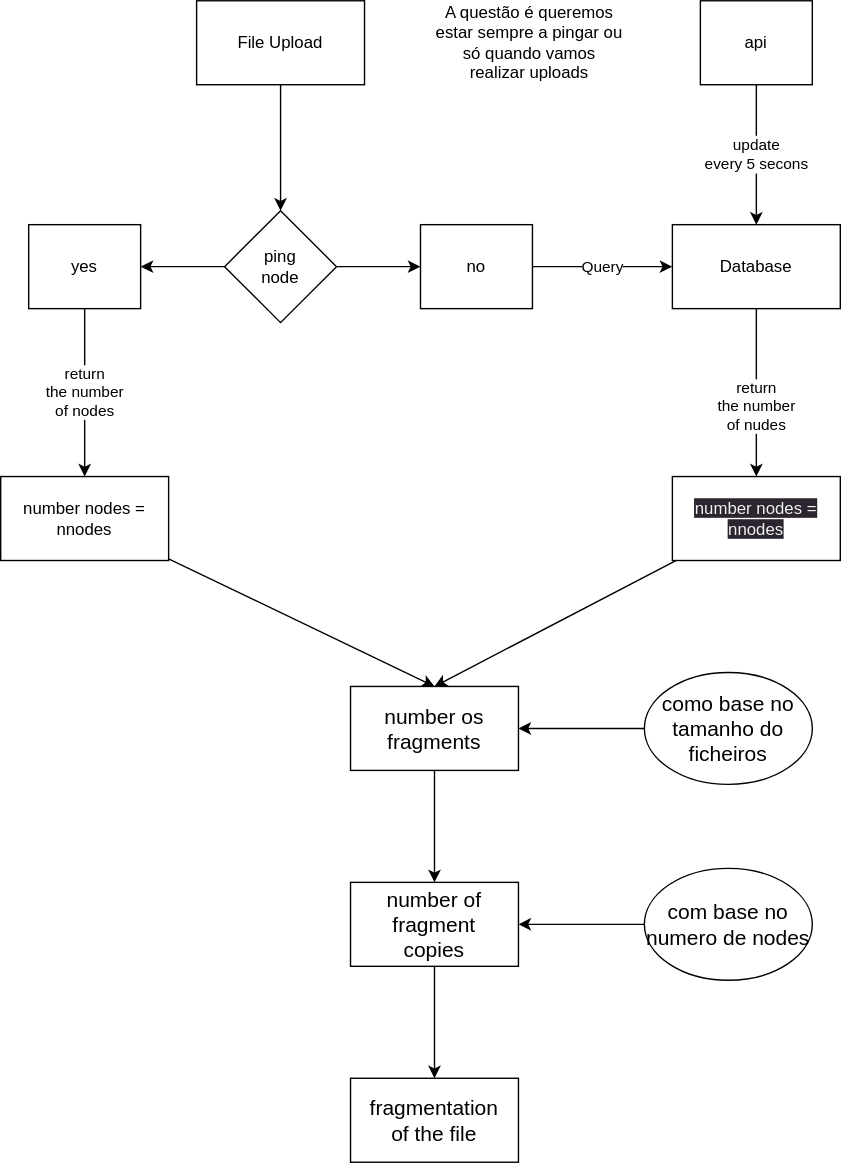
Filipe3Paisana/PiCloud keeps this draw.io diagram as docs/PiCloud.drawio.svg. Above is the earlier version. Source tidied: cells renumbered, new cells last; positions are measured from the earlier drawing's top-left corner, leaving out a move shared by most shapes. Source of this version:
```xml
<mxGraphModel>
  <root>
    <mxCell id="0" />
    <mxCell id="1" parent="0" />
    <mxCell id="2" style="edgeStyle=none;html=1;" parent="1" edge="1" source="3" target="6">
      <mxGeometry relative="1" as="geometry" />
    </mxCell>
    <mxCell id="3" value="File Upload" style="rounded=0;whiteSpace=wrap;html=1;" parent="1" vertex="1">
      <mxGeometry x="140" width="120" height="60" as="geometry" />
    </mxCell>
    <mxCell id="4" style="edgeStyle=none;html=1;" parent="1" edge="1" source="6" target="8">
      <mxGeometry relative="1" as="geometry" />
    </mxCell>
    <mxCell id="5" style="edgeStyle=none;html=1;" parent="1" edge="1" source="6" target="10">
      <mxGeometry relative="1" as="geometry" />
    </mxCell>
    <mxCell id="6" value="ping &lt;br&gt;node" style="rhombus;whiteSpace=wrap;html=1;" parent="1" vertex="1">
      <mxGeometry x="160" y="150" width="80" height="80" as="geometry" />
    </mxCell>
    <mxCell id="7" value="return&lt;br&gt;the number&lt;br&gt;of nodes" style="edgeStyle=none;html=1;" parent="1" edge="1" source="8" target="16">
      <mxGeometry relative="1" as="geometry" />
    </mxCell>
    <mxCell id="8" value="yes" style="rounded=0;whiteSpace=wrap;html=1;" parent="1" vertex="1">
      <mxGeometry x="20" y="160" width="80" height="60" as="geometry" />
    </mxCell>
    <mxCell id="9" value="Query" style="edgeStyle=none;html=1;entryX=0;entryY=0.5;entryDx=0;entryDy=0;" parent="1" edge="1" source="10" target="12">
      <mxGeometry relative="1" as="geometry">
        <Array as="points">
          <mxPoint x="430" y="190" />
        </Array>
      </mxGeometry>
    </mxCell>
    <mxCell id="10" value="no" style="rounded=0;whiteSpace=wrap;html=1;" parent="1" vertex="1">
      <mxGeometry x="300" y="160" width="80" height="60" as="geometry" />
    </mxCell>
    <mxCell id="11" value="return&lt;br&gt;the number&lt;br&gt;of nudes" style="edgeStyle=none;html=1;" parent="1" edge="1" source="12" target="14">
      <mxGeometry x="0.17" relative="1" as="geometry" />
    </mxCell>
    <mxCell id="12" value="Database" style="rounded=0;whiteSpace=wrap;html=1;" parent="1" vertex="1">
      <mxGeometry x="480" y="160" width="120" height="60" as="geometry" />
    </mxCell>
    <mxCell id="13" style="edgeStyle=none;html=1;entryX=0.5;entryY=0;entryDx=0;entryDy=0;fontSize=15;" parent="1" edge="1" source="14" target="21">
      <mxGeometry relative="1" as="geometry" />
    </mxCell>
    <mxCell id="14" value="&lt;meta charset=&quot;utf-8&quot;&gt;&lt;span style=&quot;color: rgb(240, 240, 240); font-family: Helvetica; font-size: 12px; font-style: normal; font-variant-ligatures: normal; font-variant-caps: normal; font-weight: 400; letter-spacing: normal; orphans: 2; text-align: center; text-indent: 0px; text-transform: none; widows: 2; word-spacing: 0px; -webkit-text-stroke-width: 0px; background-color: rgb(42, 37, 47); text-decoration-thickness: initial; text-decoration-style: initial; text-decoration-color: initial; float: none; display: inline !important;&quot;&gt;number nodes = nnodes&lt;/span&gt;" style="rounded=0;whiteSpace=wrap;html=1;" parent="1" vertex="1">
      <mxGeometry x="480" y="340" width="120" height="60" as="geometry" />
    </mxCell>
    <mxCell id="15" style="edgeStyle=none;html=1;entryX=0.5;entryY=0;entryDx=0;entryDy=0;fontSize=15;" parent="1" edge="1" source="16" target="21">
      <mxGeometry relative="1" as="geometry" />
    </mxCell>
    <mxCell id="16" value="number nodes = nnodes" style="rounded=0;whiteSpace=wrap;html=1;" parent="1" vertex="1">
      <mxGeometry y="340" width="120" height="60" as="geometry" />
    </mxCell>
    <mxCell id="17" value="update&lt;br&gt;every 5 secons" style="edgeStyle=none;html=1;entryX=0.5;entryY=0;entryDx=0;entryDy=0;" parent="1" edge="1" source="18" target="12">
      <mxGeometry relative="1" as="geometry">
        <Array as="points">
          <mxPoint x="540" y="100" />
        </Array>
      </mxGeometry>
    </mxCell>
    <mxCell id="18" value="api" style="rounded=0;whiteSpace=wrap;html=1;" parent="1" vertex="1">
      <mxGeometry x="500" width="80" height="60" as="geometry" />
    </mxCell>
    <mxCell id="19" value="A questão é queremos estar sempre a pingar ou só quando vamos realizar uploads" style="text;html=1;strokeColor=none;fillColor=none;align=center;verticalAlign=middle;whiteSpace=wrap;rounded=0;" parent="1" vertex="1">
      <mxGeometry x="310" width="136" height="60" as="geometry" />
    </mxCell>
    <mxCell id="20" style="edgeStyle=none;html=1;entryX=0.5;entryY=0;entryDx=0;entryDy=0;fontSize=15;" parent="1" edge="1" source="21" target="23">
      <mxGeometry relative="1" as="geometry" />
    </mxCell>
    <mxCell id="21" value="number os fragments" style="rounded=0;whiteSpace=wrap;html=1;fontSize=15;" parent="1" vertex="1">
      <mxGeometry x="250" y="490" width="120" height="60" as="geometry" />
    </mxCell>
    <mxCell id="22" style="edgeStyle=none;html=1;fontSize=15;" parent="1" edge="1" source="23" target="24">
      <mxGeometry relative="1" as="geometry" />
    </mxCell>
    <mxCell id="23" value="number of fragment&lt;br&gt;copies" style="rounded=0;whiteSpace=wrap;html=1;fontSize=15;" parent="1" vertex="1">
      <mxGeometry x="250" y="630" width="120" height="60" as="geometry" />
    </mxCell>
    <mxCell id="24" value="fragmentation&lt;br&gt;of the file" style="rounded=0;whiteSpace=wrap;html=1;fontSize=15;" parent="1" vertex="1">
      <mxGeometry x="250" y="770" width="120" height="60" as="geometry" />
    </mxCell>
    <mxCell id="25" style="edgeStyle=none;html=1;entryX=1;entryY=0.5;entryDx=0;entryDy=0;fontSize=15;" parent="1" edge="1" source="26" target="21">
      <mxGeometry relative="1" as="geometry" />
    </mxCell>
    <mxCell id="26" value="como base no tamanho do ficheiros" style="ellipse;whiteSpace=wrap;html=1;fontSize=15;" parent="1" vertex="1">
      <mxGeometry x="460" y="480" width="120" height="80" as="geometry" />
    </mxCell>
    <mxCell id="27" style="edgeStyle=none;html=1;entryX=1;entryY=0.5;entryDx=0;entryDy=0;fontSize=15;" parent="1" edge="1" source="28" target="23">
      <mxGeometry relative="1" as="geometry" />
    </mxCell>
    <mxCell id="28" value="com base no numero de nodes" style="ellipse;whiteSpace=wrap;html=1;fontSize=15;" parent="1" vertex="1">
      <mxGeometry x="460" y="620" width="120" height="80" as="geometry" />
    </mxCell>
  </root>
</mxGraphModel>
```
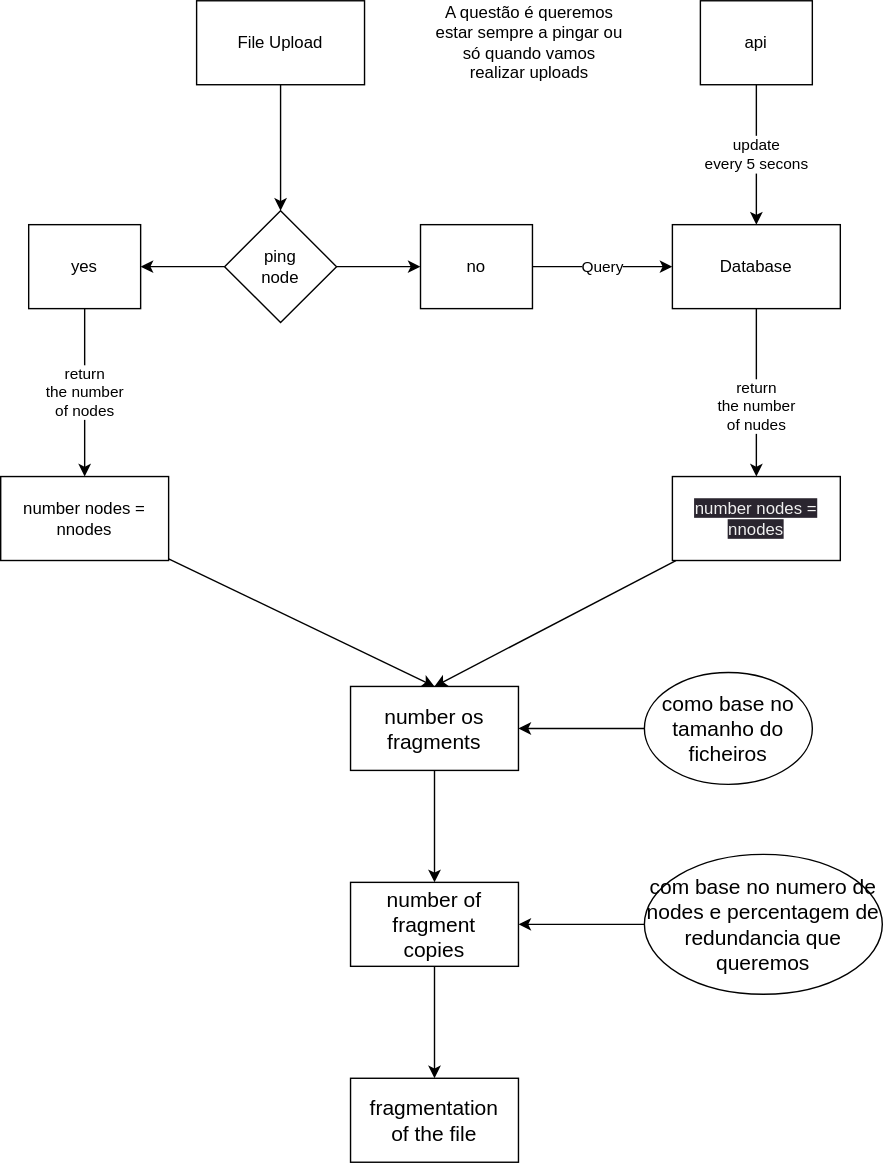
Above is the later version.

Commit message:
Mais uma coisas na documentação

Diff of the diagram source:
```diff
@@ -88,8 +88,8 @@
     <mxCell id="27" style="edgeStyle=none;html=1;entryX=1;entryY=0.5;entryDx=0;entryDy=0;fontSize=15;" parent="1" edge="1" source="28" target="23">
       <mxGeometry relative="1" as="geometry" />
     </mxCell>
-    <mxCell id="28" value="com base no numero de nodes" style="ellipse;whiteSpace=wrap;html=1;fontSize=15;" parent="1" vertex="1">
-      <mxGeometry x="460" y="620" width="120" height="80" as="geometry" />
+    <mxCell id="28" value="com base no numero de nodes e percentagem de redundancia que queremos" style="ellipse;whiteSpace=wrap;html=1;fontSize=15;" parent="1" vertex="1">
+      <mxGeometry x="460" y="610" width="170" height="100" as="geometry" />
     </mxCell>
   </root>
 </mxGraphModel>
```
